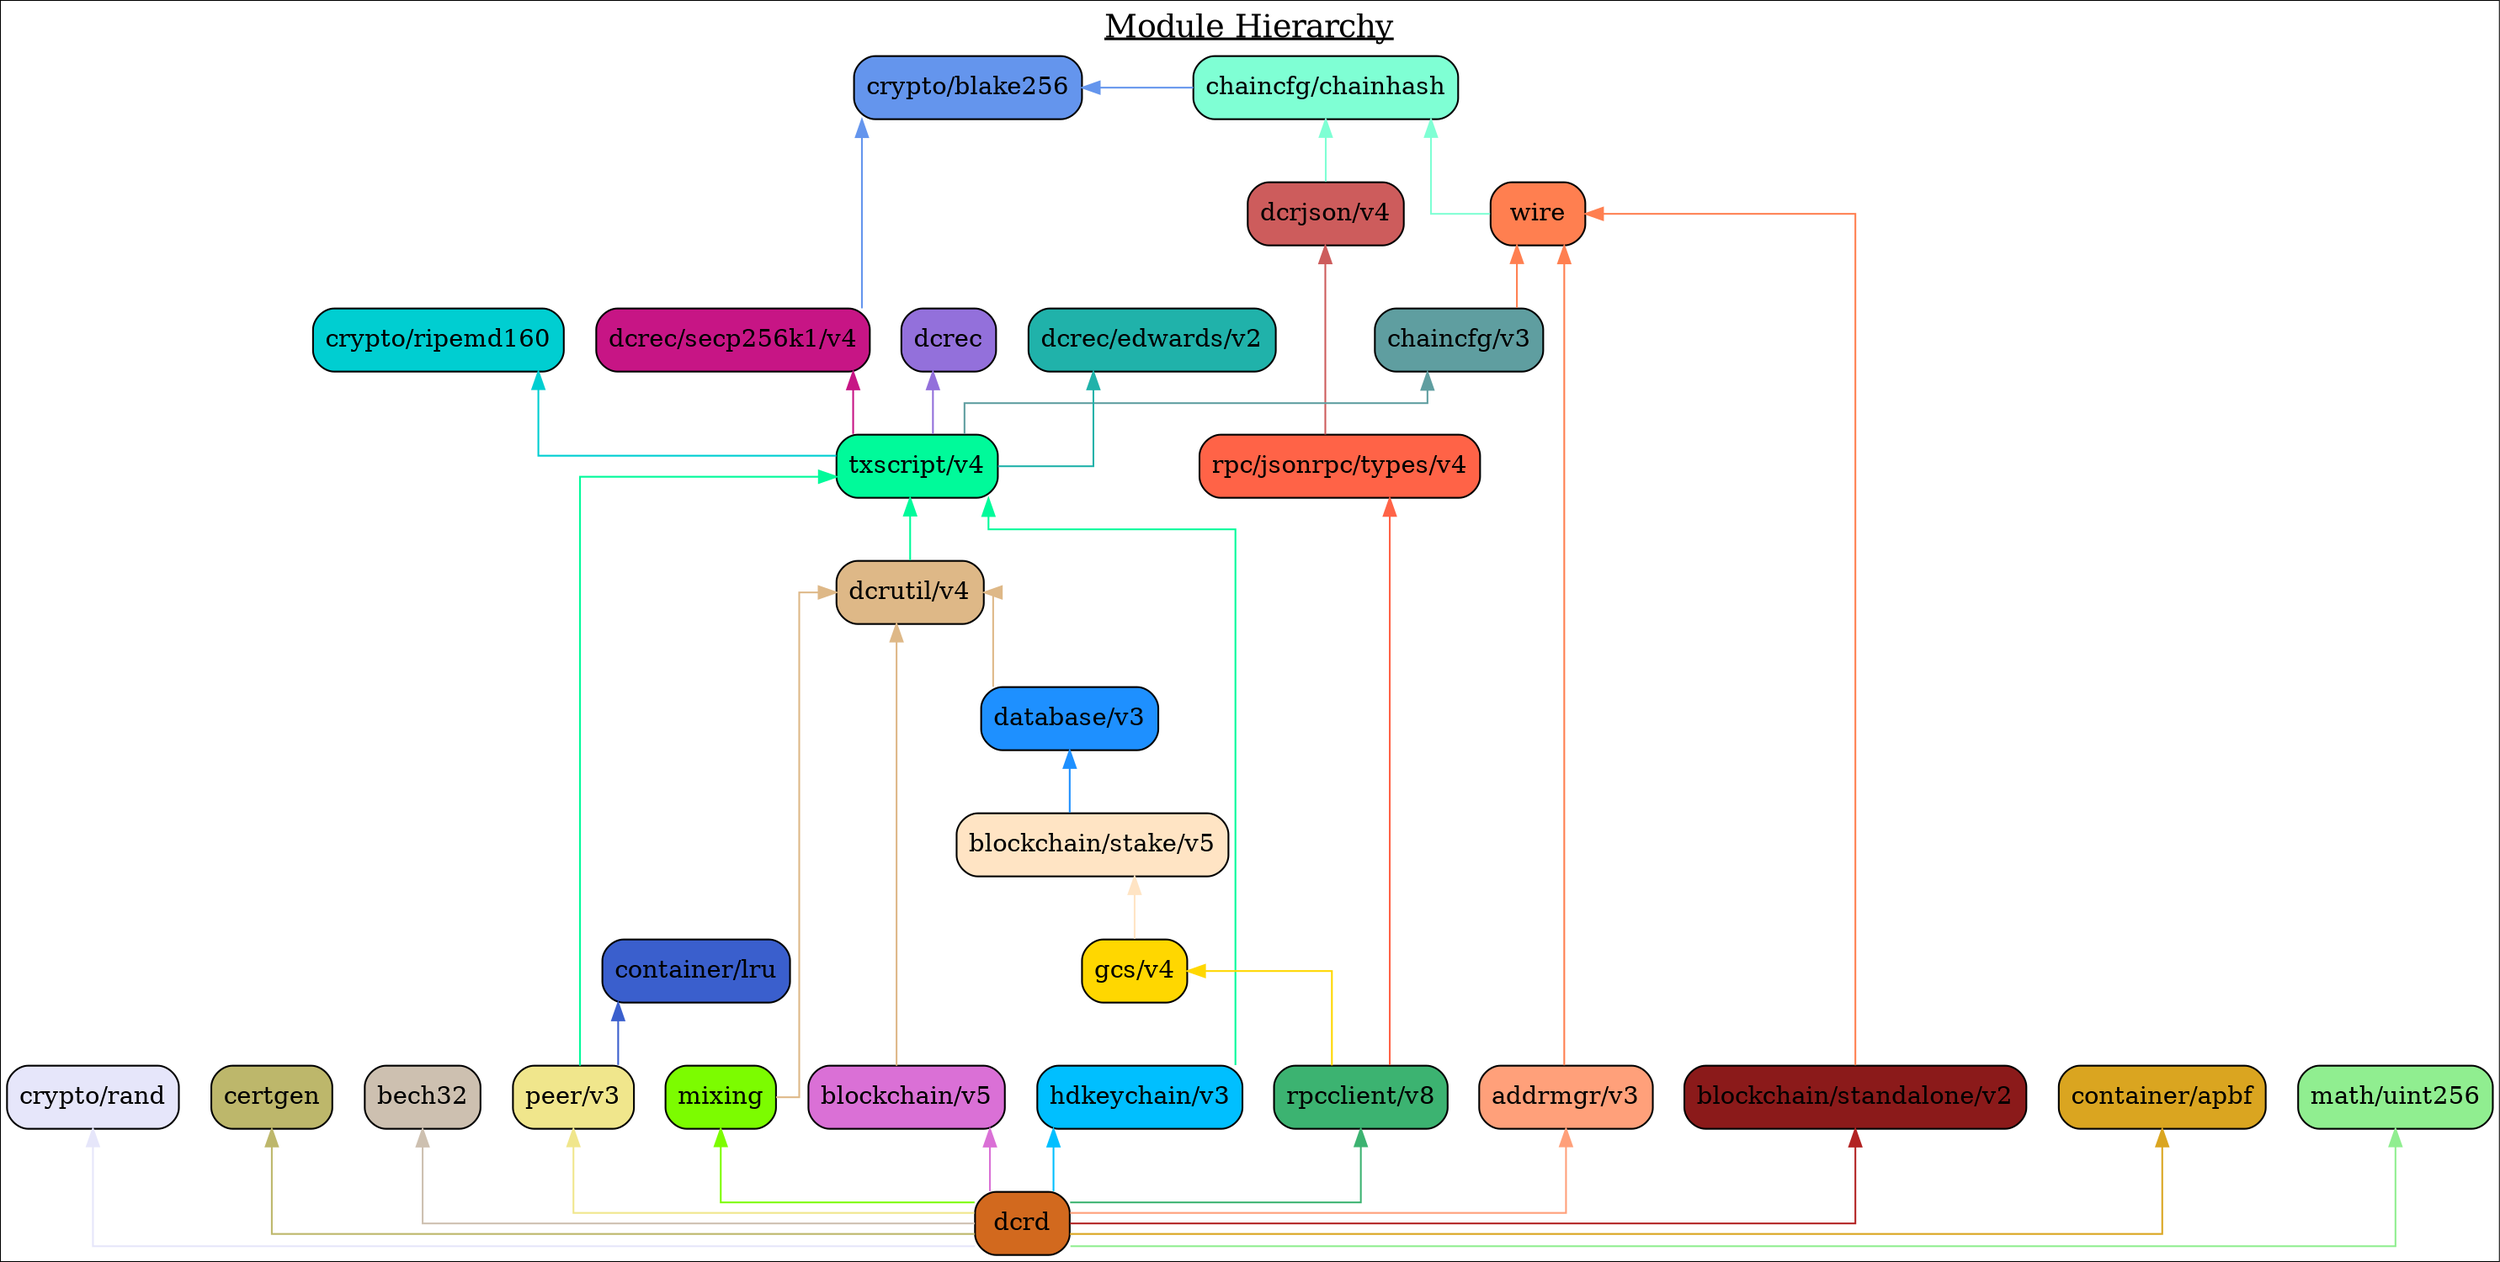
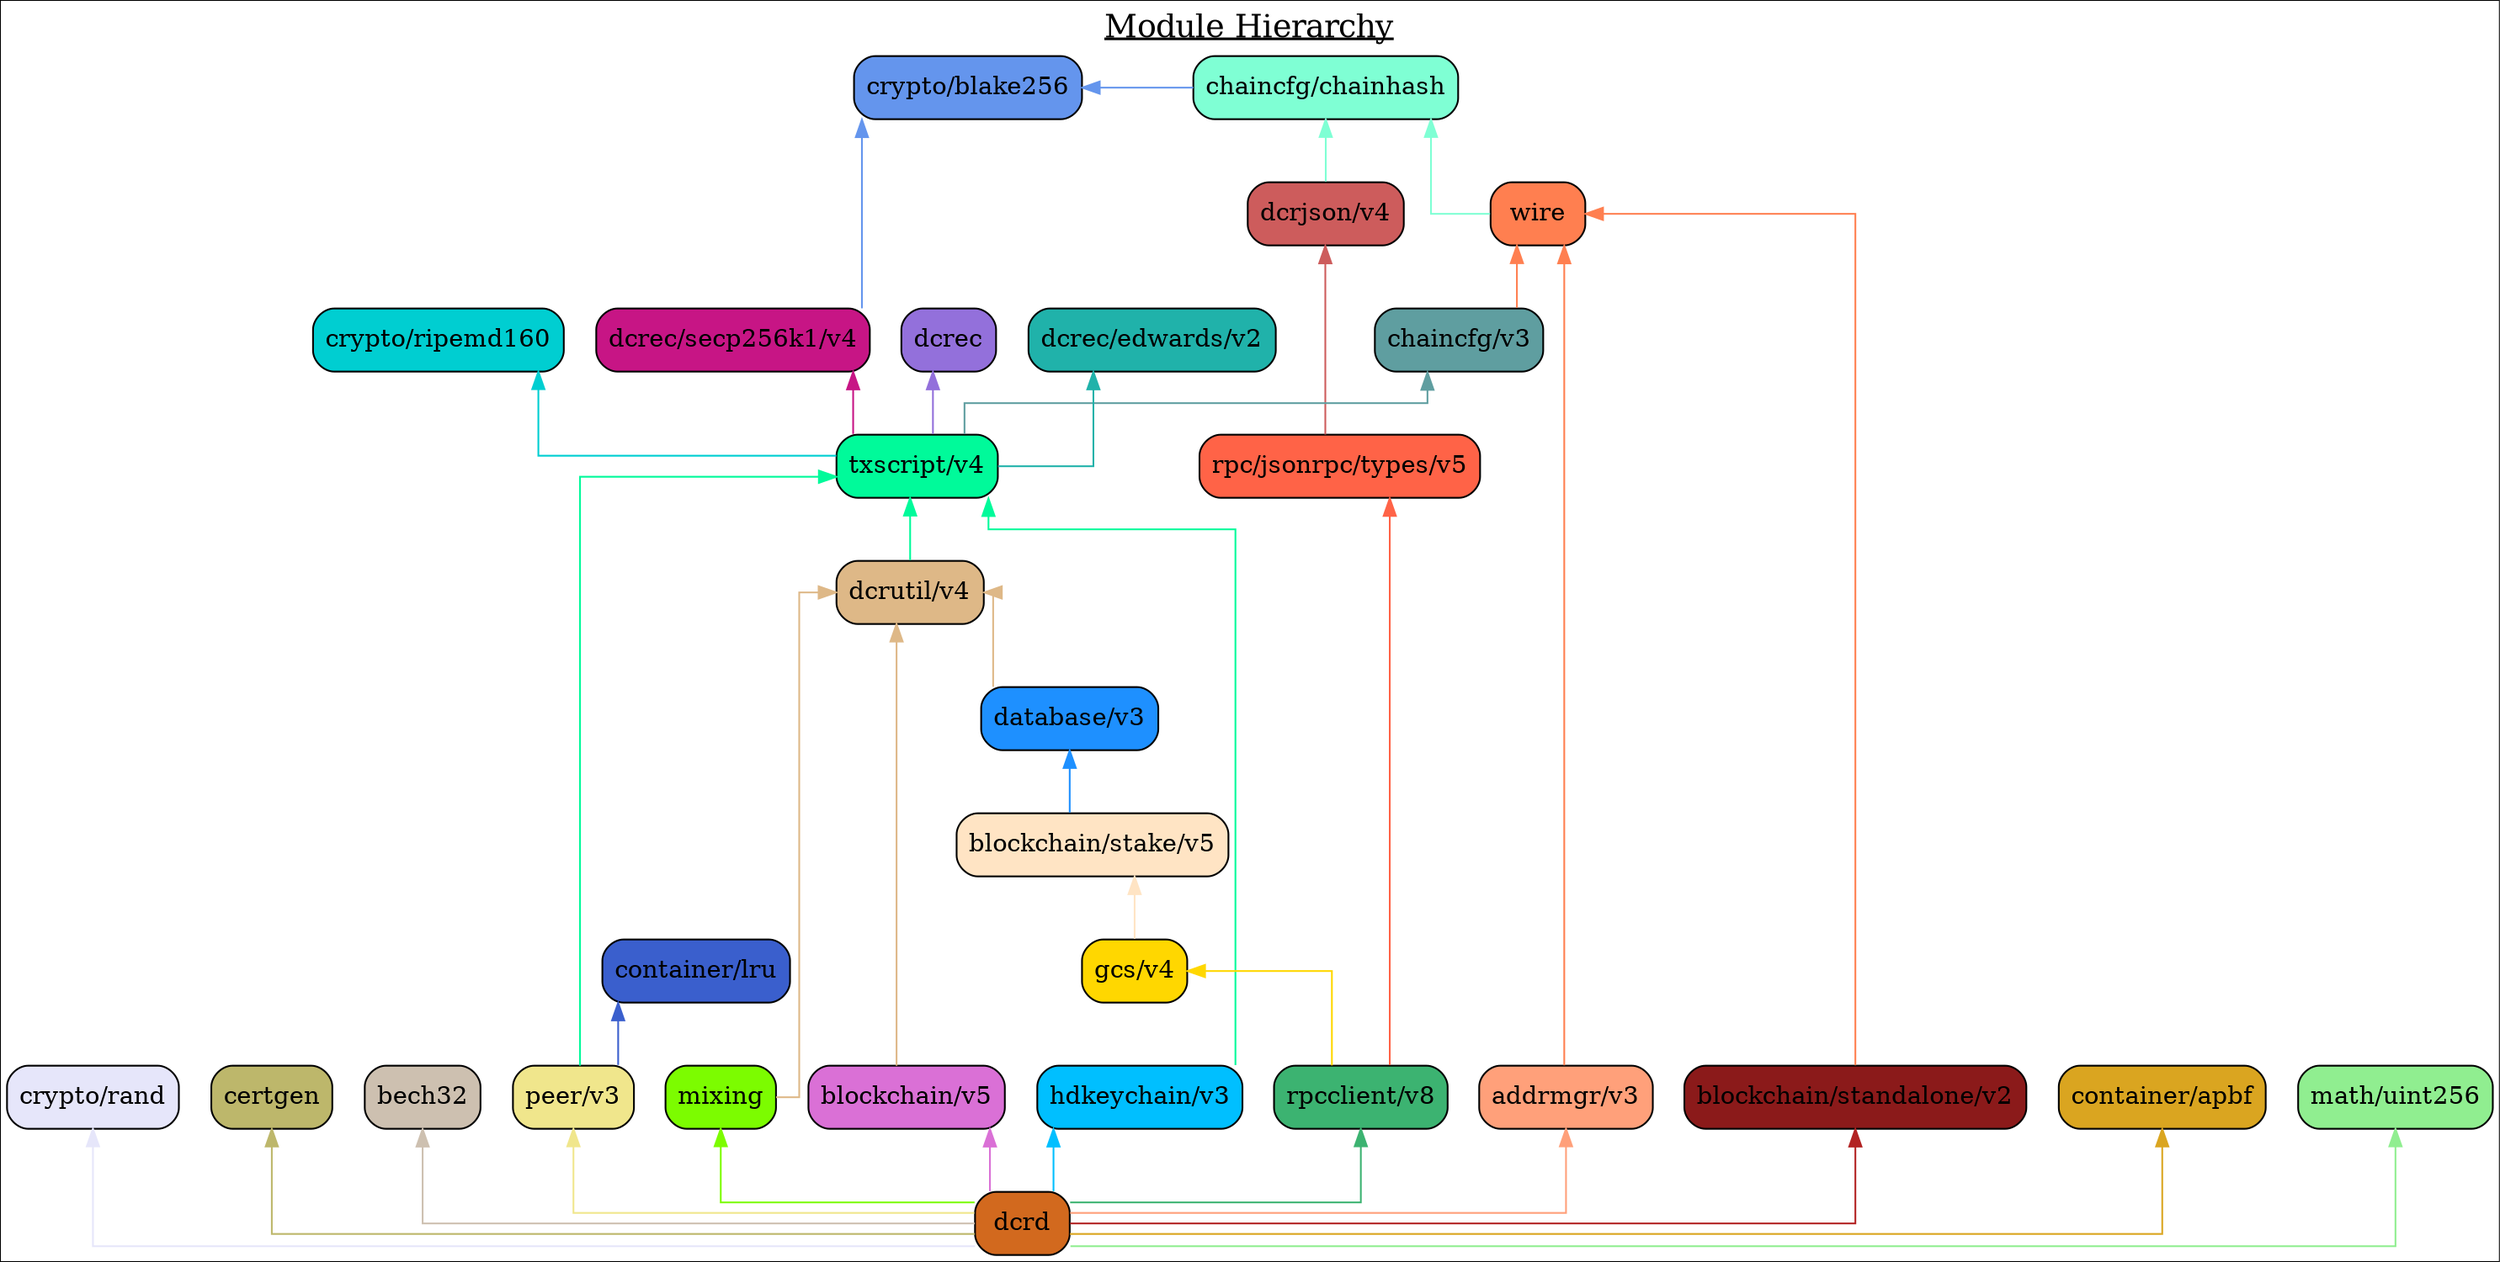
digraph {
	graph [splines=ortho colorscheme=svg label=<<u>Module Hierarchy</u>> labelloc=t fontsize=18.0]
	node [shape=box style="filled, rounded" margin=0.1]

	blake256 [label="crypto/blake256" fillcolor=cornflowerblue]
	ripemd160 [label="crypto/ripemd160" fillcolor=darkturquoise]
	rand [label="crypto/rand" fillcolor=lavender]
	certgen [label="certgen" fillcolor=darkkhaki]
	bech32 [label="bech32" fillcolor=antiquewhite3]
	chainhash [label="chaincfg/chainhash" fillcolor=aquamarine]
	dcrjson [label="dcrjson/v4" fillcolor=indianred]
- 	types [label="rpc/jsonrpc/types/v4" fillcolor=tomato]
+ 	types [label="rpc/jsonrpc/types/v5" fillcolor=tomato]
	wire [label="wire" fillcolor=coral]
	chaincfg [label="chaincfg/v3" fillcolor=cadetblue]
	dcrec [label="dcrec" fillcolor=mediumpurple]
	edwards [label="dcrec/edwards/v2" fillcolor=lightseagreen]
	secp256k1 [label="dcrec/secp256k1/v4" fillcolor=mediumvioletred]
	dcrutil [label="dcrutil/v4" fillcolor=burlywood]
	mixing [label="mixing" fillcolor=lawngreen]
	database [label="database/v3" fillcolor=dodgerblue]
	hdkeychain [label="hdkeychain/v3" fillcolor=deepskyblue]
	txscript [label="txscript/v4" fillcolor=mediumspringgreen]
	stake [label="blockchain/stake/v5" fillcolor=bisque]
	gcs [label="gcs/v4" fillcolor=gold]
	standalone [label="blockchain/standalone/v2" fillcolor=firebrick4]
	lru [label="container/lru" fillcolor=royalblue3]
	peer [label="peer/v3" fillcolor=khaki]
	rpcclient [label="rpcclient/v8" fillcolor=mediumseagreen]
	addrmgr [label="addrmgr/v3" fillcolor=lightsalmon]
	blockchain [label="blockchain/v5" fillcolor=orchid]
	apbf [label="container/apbf" fillcolor=goldenrod]
	uint256  [label="math/uint256" fillcolor=lightgreen]
	dcrd [label="dcrd" fillcolor=chocolate]

	{rank=same blake256 chainhash}
	{rank=same dcrec secp256k1}
	{rank=same certgen bech32 apbf uint256 mixing}
	{rank=same addrmgr hdkeychain peer blockchain standalone rpcclient}

	certgen
	bech32
	blake256 -> chainhash [dir=back color=cornflowerblue]
	blake256 -> secp256k1 [dir=back color=cornflowerblue]
	chaincfg -> txscript [dir=back color=cadetblue]
	chainhash -> dcrjson [dir=back color=aquamarine]
	chainhash -> wire [dir=back color=aquamarine]
	wire -> addrmgr [dir=back color=coral]
	wire -> chaincfg [dir=back color=coral]
	wire -> standalone [dir=back color=coral]
	ripemd160 -> txscript [dir=back color=darkturquoise]
	dcrec -> txscript [dir=back color=mediumpurple]
	edwards -> txscript [dir=back color=lightseagreen]
	secp256k1 -> txscript [dir=back color=mediumvioletred]
	txscript -> dcrutil [dir=back color=mediumspringgreen]
	txscript -> hdkeychain [dir=back color=mediumspringgreen]
	txscript -> peer [dir=back color=mediumspringgreen]
	dcrutil -> blockchain [dir=back color=burlywood]
	dcrutil -> database [dir=back color=burlywood]
	dcrutil -> mixing [dir=back color=burlywood]
	database -> stake [dir=back color=dodgerblue]
	stake -> gcs [dir=back color=bisque]
	gcs -> rpcclient [dir=back color=gold]

	lru -> peer [dir=back color=royalblue3]
	dcrjson -> types [dir=back color=indianred]
	types -> rpcclient [dir=back color=tomato]

	rand -> dcrd [dir=back color=lavender]
	blockchain -> dcrd [dir=back color=orchid]
	mixing -> dcrd [dir=back color=lawngreen]
	standalone -> dcrd [dir=back color=firebrick]
	certgen -> dcrd [dir=back color=darkkhaki]
	bech32 -> dcrd [dir=back color=antiquewhite3]
	addrmgr -> dcrd [dir=back color=lightsalmon]
	hdkeychain -> dcrd [dir=back color=deepskyblue]
	rpcclient -> dcrd [dir=back color=mediumseagreen]
	peer -> dcrd [dir=back color=khaki]
	apbf -> dcrd [dir=back color=goldenrod]
	uint256 -> dcrd [dir=back color=lightgreen]
}
